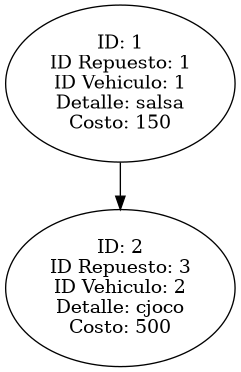
The Graphviz diagram Fase#2/Reportes/ListaServicioBinario.png in Farot30/-EDD-1S2025_202307820, before a commit. Its source is kept beside it as Fase#2/Reportes/ListaServicioBinario.dot.
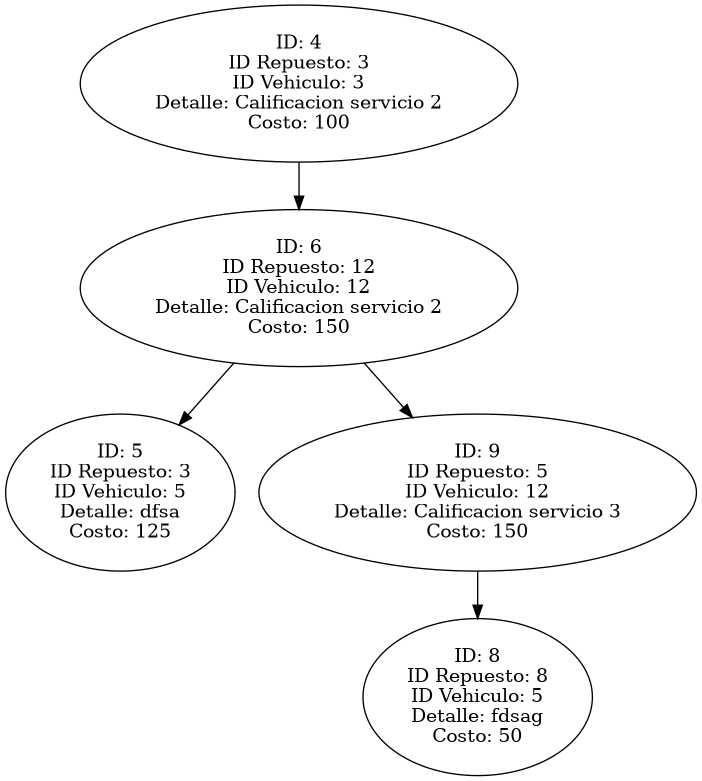
After the commit.

Change to the diagram source:
```diff
@@ -1,5 +1,11 @@
 digraph G {
-    "1" [label="ID: 1\nID Repuesto: 1\nID Vehiculo: 1\nDetalle: salsa\nCosto: 150"];
-    "1" -> "2";
-    "2" [label="ID: 2\nID Repuesto: 3\nID Vehiculo: 2\nDetalle: cjoco\nCosto: 500"];
+    "4" [label="ID: 4\nID Repuesto: 3\nID Vehiculo: 3\nDetalle: Calificacion servicio 2\nCosto: 100"];
+    "4" -> "6";
+    "6" [label="ID: 6\nID Repuesto: 12\nID Vehiculo: 12\nDetalle: Calificacion servicio 2\nCosto: 150"];
+    "6" -> "5";
+    "5" [label="ID: 5\nID Repuesto: 3\nID Vehiculo: 5\nDetalle: dfsa\nCosto: 125"];
+    "6" -> "9";
+    "9" [label="ID: 9\nID Repuesto: 5\nID Vehiculo: 12\nDetalle: Calificacion servicio 3\nCosto: 150"];
+    "9" -> "8";
+    "8" [label="ID: 8\nID Repuesto: 8\nID Vehiculo: 5\nDetalle: fdsag\nCosto: 50"];
 }
```
